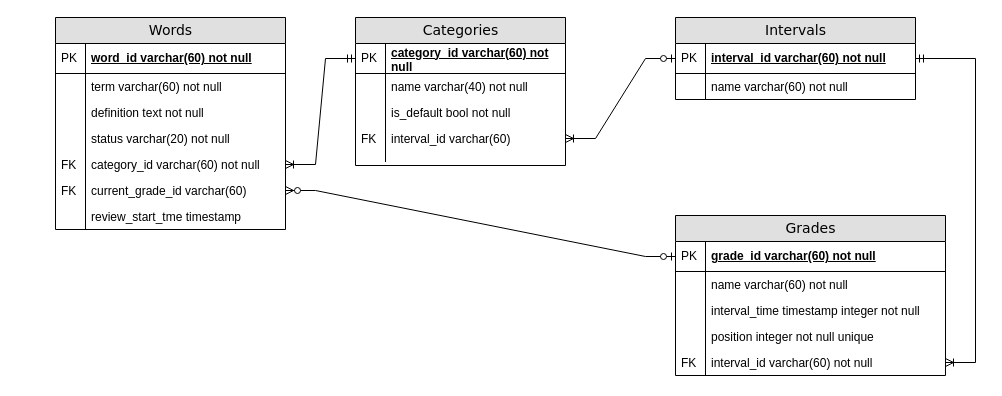
Earlier version of the draw.io diagram Діаграма.drawio (AndriyBarskyi/PE_Project_2022). Source tidied: cells renumbered, new cells numbered last; positions are measured from the earlier drawing's top-left corner, leaving out a move shared by most shapes. Both pictures are drawn from the tidied source at 100%, with x=0, y=0 at pixel (55, 17).
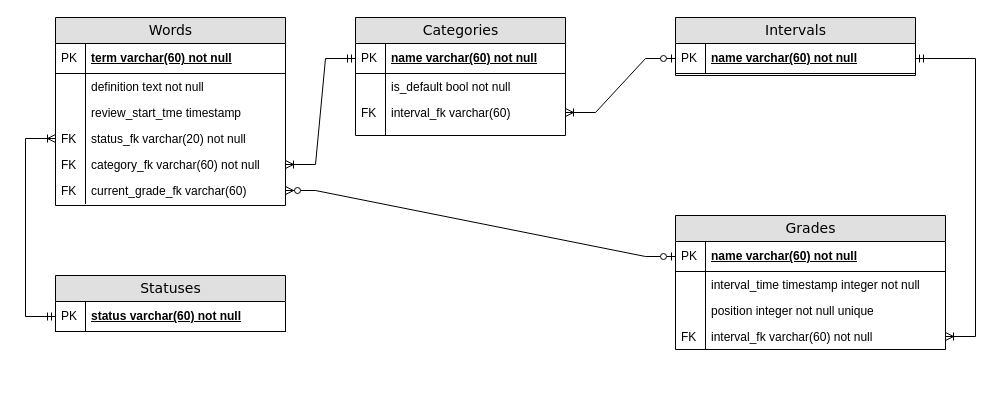
The same page after the edit.

What changed in the source:
```diff
@@
     <mxCell id="2" value="Words" style="swimlane;html=1;fontStyle=0;horizontal=1;startSize=26;fillColor=#e0e0e0;swimlaneFillColor=#ffffff;align=center;rounded=0;shadow=0;comic=0;labelBackgroundColor=none;strokeWidth=1;fontFamily=Verdana;fontSize=14;" parent="1" vertex="1">
-      <mxGeometry width="230" height="212" as="geometry" />
+      <mxGeometry width="230" height="188" as="geometry" />
     </mxCell>
-    <mxCell id="3" value="word_id varchar(60) not null" style="shape=partialRectangle;top=0;left=0;right=0;bottom=1;html=1;align=left;verticalAlign=middle;fillColor=none;spacingLeft=34;spacingRight=4;whiteSpace=wrap;overflow=hidden;fontStyle=5;" parent="2" vertex="1">
+    <mxCell id="3" value="term varchar(60) not null" style="shape=partialRectangle;top=0;left=0;right=0;bottom=1;html=1;align=left;verticalAlign=middle;fillColor=none;spacingLeft=34;spacingRight=4;whiteSpace=wrap;overflow=hidden;fontStyle=5;" parent="2" vertex="1">
       <mxGeometry y="26" width="230" height="30" as="geometry" />
     </mxCell>
@@
+    <mxCell id="7" value="definition text not null" style="shape=partialRectangle;top=0;left=0;right=0;bottom=0;html=1;align=left;verticalAlign=top;fillColor=none;spacingLeft=34;spacingRight=4;whiteSpace=wrap;overflow=hidden;" parent="2" vertex="1">
+      <mxGeometry y="56" width="230" height="26" as="geometry" />
+    </mxCell>
+    <mxCell id="8" style="shape=partialRectangle;top=0;left=0;bottom=0;html=1;fillColor=none;align=left;verticalAlign=top;spacingLeft=4;spacingRight=4;whiteSpace=wrap;overflow=hidden;" parent="7" vertex="1">
+      <mxGeometry width="30" height="26" as="geometry" />
+    </mxCell>
-    <mxCell id="5" value="term varchar(60) not null" style="shape=partialRectangle;top=0;left=0;right=0;bottom=0;html=1;align=left;verticalAlign=top;fillColor=none;spacingLeft=34;spacingRight=4;whiteSpace=wrap;overflow=hidden;" parent="2" vertex="1">
-      <mxGeometry y="56" width="230" height="26" as="geometry" />
+    <mxCell id="5" value="review_start_tme timestamp" style="shape=partialRectangle;top=0;left=0;right=0;bottom=0;html=1;align=left;verticalAlign=top;fillColor=none;spacingLeft=34;spacingRight=4;whiteSpace=wrap;overflow=hidden;" parent="2" vertex="1">
+      <mxGeometry y="82" width="230" height="26" as="geometry" />
     </mxCell>
@@
-    <mxCell id="7" value="definition text not null" style="shape=partialRectangle;top=0;left=0;right=0;bottom=0;html=1;align=left;verticalAlign=top;fillColor=none;spacingLeft=34;spacingRight=4;whiteSpace=wrap;overflow=hidden;" parent="2" vertex="1">
-      <mxGeometry y="82" width="230" height="26" as="geometry" />
-    </mxCell>
-    <mxCell id="8" style="shape=partialRectangle;top=0;left=0;bottom=0;html=1;fillColor=none;align=left;verticalAlign=top;spacingLeft=4;spacingRight=4;whiteSpace=wrap;overflow=hidden;" parent="7" vertex="1">
-      <mxGeometry width="30" height="26" as="geometry" />
-    </mxCell>
-    <mxCell id="9" value="status varchar(20) not null" style="shape=partialRectangle;top=0;left=0;right=0;bottom=0;html=1;align=left;verticalAlign=top;fillColor=none;spacingLeft=34;spacingRight=4;whiteSpace=wrap;overflow=hidden;points=[[0,0.5],[1,0.5]];portConstraint=eastwest;" parent="2" vertex="1">
+    <mxCell id="9" value="status_fk varchar(20) not null" style="shape=partialRectangle;top=0;left=0;right=0;bottom=0;html=1;align=left;verticalAlign=top;fillColor=none;spacingLeft=34;spacingRight=4;whiteSpace=wrap;overflow=hidden;points=[[0,0.5],[1,0.5]];portConstraint=eastwest;" parent="2" vertex="1">
       <mxGeometry y="108" width="230" height="26" as="geometry" />
     </mxCell>
-    <mxCell id="10" style="shape=partialRectangle;top=0;left=0;bottom=0;html=1;fillColor=none;align=left;verticalAlign=top;spacingLeft=4;spacingRight=4;whiteSpace=wrap;overflow=hidden;" parent="9" vertex="1">
+    <mxCell id="10" value="FK" style="shape=partialRectangle;top=0;left=0;bottom=0;html=1;fillColor=none;align=left;verticalAlign=top;spacingLeft=4;spacingRight=4;whiteSpace=wrap;overflow=hidden;" parent="9" vertex="1">
       <mxGeometry width="30" height="26" as="geometry" />
     </mxCell>
-    <mxCell id="11" value="category_id varchar(60) not null" style="shape=partialRectangle;top=0;left=0;right=0;bottom=0;html=1;align=left;verticalAlign=top;fillColor=none;spacingLeft=34;spacingRight=4;whiteSpace=wrap;overflow=hidden;points=[[0,0.5],[1,0.5]];portConstraint=eastwest;" parent="2" vertex="1">
+    <mxCell id="11" value="category_fk varchar(60) not null" style="shape=partialRectangle;top=0;left=0;right=0;bottom=0;html=1;align=left;verticalAlign=top;fillColor=none;spacingLeft=34;spacingRight=4;whiteSpace=wrap;overflow=hidden;points=[[0,0.5],[1,0.5]];portConstraint=eastwest;" parent="2" vertex="1">
       <mxGeometry y="134" width="230" height="26" as="geometry" />
     </mxCell>
@@
-    <mxCell id="13" value="current_grade_id varchar(60)" style="shape=partialRectangle;top=0;left=0;right=0;bottom=0;html=1;align=left;verticalAlign=top;fillColor=none;spacingLeft=34;spacingRight=4;whiteSpace=wrap;overflow=hidden;points=[[0,0.5],[1,0.5]];portConstraint=eastwest;" parent="2" vertex="1">
+    <mxCell id="13" value="current_grade_fk varchar(60)" style="shape=partialRectangle;top=0;left=0;right=0;bottom=0;html=1;align=left;verticalAlign=top;fillColor=none;spacingLeft=34;spacingRight=4;whiteSpace=wrap;overflow=hidden;points=[[0,0.5],[1,0.5]];portConstraint=eastwest;" parent="2" vertex="1">
       <mxGeometry y="160" width="230" height="26" as="geometry" />
     </mxCell>
@@
-    <mxCell id="15" value="review_start_tme timestamp" style="shape=partialRectangle;top=0;left=0;right=0;bottom=0;html=1;align=left;verticalAlign=top;fillColor=none;spacingLeft=34;spacingRight=4;whiteSpace=wrap;overflow=hidden;" parent="2" vertex="1">
-      <mxGeometry y="186" width="230" height="26" as="geometry" />
-    </mxCell>
-    <mxCell id="16" style="shape=partialRectangle;top=0;left=0;bottom=0;html=1;fillColor=none;align=left;verticalAlign=top;spacingLeft=4;spacingRight=4;whiteSpace=wrap;overflow=hidden;" parent="15" vertex="1">
-      <mxGeometry width="30" height="26" as="geometry" />
-    </mxCell>
     <mxCell id="17" value="Categories" style="swimlane;html=1;fontStyle=0;horizontal=1;startSize=26;fillColor=#e0e0e0;swimlaneFillColor=#ffffff;align=center;rounded=0;shadow=0;comic=0;labelBackgroundColor=none;strokeWidth=1;fontFamily=Verdana;fontSize=14;" parent="1" vertex="1">
-      <mxGeometry x="300" width="210" height="148" as="geometry" />
+      <mxGeometry x="300" width="210" height="118" as="geometry" />
     </mxCell>
-    <mxCell id="18" value="category_id varchar(60) not null" style="shape=partialRectangle;top=0;left=0;right=0;bottom=1;html=1;align=left;verticalAlign=middle;fillColor=none;spacingLeft=34;spacingRight=4;whiteSpace=wrap;overflow=hidden;points=[[0,0.5],[1,0.5]];portConstraint=eastwest;fontStyle=5;" parent="17" vertex="1">
+    <mxCell id="18" value="name varchar(60) not null" style="shape=partialRectangle;top=0;left=0;right=0;bottom=1;html=1;align=left;verticalAlign=middle;fillColor=none;spacingLeft=34;spacingRight=4;whiteSpace=wrap;overflow=hidden;points=[[0,0.5],[1,0.5]];portConstraint=eastwest;fontStyle=5;" parent="17" vertex="1">
       <mxGeometry y="26" width="210" height="30" as="geometry" />
     </mxCell>
@@
-    <mxCell id="20" value="name varchar(40) not null" style="shape=partialRectangle;top=0;left=0;right=0;bottom=0;html=1;align=left;verticalAlign=top;fillColor=none;spacingLeft=34;spacingRight=4;whiteSpace=wrap;overflow=hidden;" parent="17" vertex="1">
-      <mxGeometry y="56" width="210" height="26" as="geometry" />
-    </mxCell>
-    <mxCell id="21" style="shape=partialRectangle;top=0;left=0;bottom=0;html=1;fillColor=none;align=left;verticalAlign=top;spacingLeft=4;spacingRight=4;whiteSpace=wrap;overflow=hidden;" parent="20" vertex="1">
-      <mxGeometry width="30" height="26" as="geometry" />
-    </mxCell>
     <mxCell id="22" value="is_default bool not null" style="shape=partialRectangle;top=0;left=0;right=0;bottom=0;html=1;align=left;verticalAlign=top;fillColor=none;spacingLeft=34;spacingRight=4;whiteSpace=wrap;overflow=hidden;" parent="17" vertex="1">
-      <mxGeometry y="82" width="210" height="26" as="geometry" />
+      <mxGeometry y="56" width="210" height="26" as="geometry" />
     </mxCell>
@@
-    <mxCell id="24" value="&lt;div&gt;interval_id varchar(60)&lt;/div&gt;" style="shape=partialRectangle;top=0;left=0;right=0;bottom=0;html=1;align=left;verticalAlign=top;fillColor=none;spacingLeft=34;spacingRight=4;whiteSpace=wrap;overflow=hidden;points=[[0,0.5],[1,0.5]];portConstraint=eastwest;" parent="17" vertex="1">
-      <mxGeometry y="108" width="210" height="26" as="geometry" />
+    <mxCell id="24" value="&lt;div&gt;interval_fk varchar(60)&lt;/div&gt;" style="shape=partialRectangle;top=0;left=0;right=0;bottom=0;html=1;align=left;verticalAlign=top;fillColor=none;spacingLeft=34;spacingRight=4;whiteSpace=wrap;overflow=hidden;points=[[0,0.5],[1,0.5]];portConstraint=eastwest;" parent="17" vertex="1">
+      <mxGeometry y="82" width="210" height="26" as="geometry" />
     </mxCell>
@@
     <mxCell id="26" style="shape=partialRectangle;top=0;left=0;right=0;bottom=0;html=1;align=left;verticalAlign=top;fillColor=none;spacingLeft=34;spacingRight=4;whiteSpace=wrap;overflow=hidden;" parent="17" vertex="1">
-      <mxGeometry y="134" width="210" height="10" as="geometry" />
+      <mxGeometry y="108" width="210" height="10" as="geometry" />
     </mxCell>
@@
     <mxCell id="28" value="Intervals" style="swimlane;html=1;fontStyle=0;horizontal=1;startSize=26;fillColor=#e0e0e0;swimlaneFillColor=#ffffff;align=center;rounded=0;shadow=0;comic=0;labelBackgroundColor=none;strokeWidth=1;fontFamily=Verdana;fontSize=14;" parent="1" vertex="1">
-      <mxGeometry x="620" width="240" height="82" as="geometry" />
+      <mxGeometry x="620" width="240" height="58" as="geometry" />
     </mxCell>
-    <mxCell id="29" value="interval_id varchar(60) not null" style="shape=partialRectangle;top=0;left=0;right=0;bottom=1;html=1;align=left;verticalAlign=middle;fillColor=none;spacingLeft=34;spacingRight=4;whiteSpace=wrap;overflow=hidden;points=[[0,0.5],[1,0.5]];portConstraint=eastwest;fontStyle=5;" parent="28" vertex="1">
+    <mxCell id="29" value="name varchar(60) not null" style="shape=partialRectangle;top=0;left=0;right=0;bottom=1;html=1;align=left;verticalAlign=middle;fillColor=none;spacingLeft=34;spacingRight=4;whiteSpace=wrap;overflow=hidden;points=[[0,0.5],[1,0.5]];portConstraint=eastwest;fontStyle=5;" parent="28" vertex="1">
       <mxGeometry y="26" width="240" height="30" as="geometry" />
     </mxCell>
@@
-    <mxCell id="31" value="name varchar(60) not null" style="shape=partialRectangle;top=0;left=0;right=0;bottom=0;html=1;align=left;verticalAlign=top;fillColor=none;spacingLeft=34;spacingRight=4;whiteSpace=wrap;overflow=hidden;" parent="28" vertex="1">
-      <mxGeometry y="56" width="240" height="26" as="geometry" />
-    </mxCell>
-    <mxCell id="32" style="shape=partialRectangle;top=0;left=0;bottom=0;html=1;fillColor=none;align=left;verticalAlign=top;spacingLeft=4;spacingRight=4;whiteSpace=wrap;overflow=hidden;" parent="31" vertex="1">
-      <mxGeometry width="30" height="26" as="geometry" />
-    </mxCell>
     <mxCell id="33" value="Grades" style="swimlane;html=1;fontStyle=0;horizontal=1;startSize=26;fillColor=#e0e0e0;swimlaneFillColor=#ffffff;align=center;rounded=0;shadow=0;comic=0;labelBackgroundColor=none;strokeWidth=1;fontFamily=Verdana;fontSize=14;" parent="1" vertex="1">
-      <mxGeometry x="620" y="198" width="270" height="160" as="geometry" />
+      <mxGeometry x="620" y="198" width="270" height="134" as="geometry" />
     </mxCell>
-    <mxCell id="34" value="grade_id varchar(60) not null" style="shape=partialRectangle;top=0;left=0;right=0;bottom=1;html=1;align=left;verticalAlign=middle;fillColor=none;spacingLeft=34;spacingRight=4;whiteSpace=wrap;overflow=hidden;points=[[0,0.5],[1,0.5]];portConstraint=eastwest;fontStyle=5;" parent="33" vertex="1">
+    <mxCell id="34" value="name varchar(60) not null" style="shape=partialRectangle;top=0;left=0;right=0;bottom=1;html=1;align=left;verticalAlign=middle;fillColor=none;spacingLeft=34;spacingRight=4;whiteSpace=wrap;overflow=hidden;points=[[0,0.5],[1,0.5]];portConstraint=eastwest;fontStyle=5;" parent="33" vertex="1">
       <mxGeometry y="26" width="270" height="30" as="geometry" />
     </mxCell>
@@
-    <mxCell id="36" value="name varchar(60) not null" style="shape=partialRectangle;top=0;left=0;right=0;bottom=0;html=1;align=left;verticalAlign=top;fillColor=none;spacingLeft=34;spacingRight=4;whiteSpace=wrap;overflow=hidden;" parent="33" vertex="1">
-      <mxGeometry y="56" width="270" height="26" as="geometry" />
-    </mxCell>
-    <mxCell id="37" style="shape=partialRectangle;top=0;left=0;bottom=0;html=1;fillColor=none;align=left;verticalAlign=top;spacingLeft=4;spacingRight=4;whiteSpace=wrap;overflow=hidden;" parent="36" vertex="1">
-      <mxGeometry width="30" height="26" as="geometry" />
-    </mxCell>
     <mxCell id="38" value="interval_time timestamp integer not null" style="shape=partialRectangle;top=0;left=0;right=0;bottom=0;html=1;align=left;verticalAlign=top;fillColor=none;spacingLeft=34;spacingRight=4;whiteSpace=wrap;overflow=hidden;" parent="33" vertex="1">
-      <mxGeometry y="82" width="270" height="26" as="geometry" />
+      <mxGeometry y="56" width="270" height="26" as="geometry" />
     </mxCell>
@@
     <mxCell id="40" value="position integer not null unique" style="shape=partialRectangle;top=0;left=0;right=0;bottom=0;html=1;align=left;verticalAlign=top;fillColor=none;spacingLeft=34;spacingRight=4;whiteSpace=wrap;overflow=hidden;" parent="33" vertex="1">
-      <mxGeometry y="108" width="270" height="26" as="geometry" />
+      <mxGeometry y="82" width="270" height="26" as="geometry" />
     </mxCell>
@@
-    <mxCell id="42" value="interval_id varchar(60) not null" style="shape=partialRectangle;top=0;left=0;right=0;bottom=0;html=1;align=left;verticalAlign=top;fillColor=none;spacingLeft=34;spacingRight=4;whiteSpace=wrap;overflow=hidden;points=[[0,0.5],[1,0.5]];portConstraint=eastwest;" parent="33" vertex="1">
-      <mxGeometry y="134" width="270" height="26" as="geometry" />
+    <mxCell id="42" value="interval_fk varchar(60) not null" style="shape=partialRectangle;top=0;left=0;right=0;bottom=0;html=1;align=left;verticalAlign=top;fillColor=none;spacingLeft=34;spacingRight=4;whiteSpace=wrap;overflow=hidden;points=[[0,0.5],[1,0.5]];portConstraint=eastwest;" parent="33" vertex="1">
+      <mxGeometry y="108" width="270" height="26" as="geometry" />
     </mxCell>
@@
+    <mxCell id="48" value="Statuses" style="swimlane;html=1;fontStyle=0;horizontal=1;startSize=26;fillColor=#e0e0e0;swimlaneFillColor=#ffffff;align=center;rounded=0;shadow=0;comic=0;labelBackgroundColor=none;strokeWidth=1;fontFamily=Verdana;fontSize=14;" parent="1" vertex="1">
+      <mxGeometry y="258" width="230" height="56" as="geometry" />
+    </mxCell>
+    <mxCell id="49" value="status varchar(60) not null" style="shape=partialRectangle;top=0;left=0;right=0;bottom=1;html=1;align=left;verticalAlign=middle;fillColor=none;spacingLeft=34;spacingRight=4;whiteSpace=wrap;overflow=hidden;points=[[0,0.5],[1,0.5]];portConstraint=eastwest;fontStyle=5;" parent="48" vertex="1">
+      <mxGeometry y="26" width="230" height="30" as="geometry" />
+    </mxCell>
+    <mxCell id="50" value="PK" style="shape=partialRectangle;top=0;left=0;bottom=0;html=1;fillColor=none;align=left;verticalAlign=middle;spacingLeft=4;spacingRight=4;whiteSpace=wrap;overflow=hidden;" parent="49" vertex="1">
+      <mxGeometry width="30" height="30" as="geometry" />
+    </mxCell>
+    <mxCell id="51" style="edgeStyle=orthogonalEdgeStyle;fontSize=12;html=1;endArrow=ERoneToMany;startArrow=ERmandOne;rounded=0;exitX=0;exitY=0.5;exitDx=0;exitDy=0;entryX=0;entryY=0.5;entryDx=0;entryDy=0;" parent="1" edge="1" source="49" target="9">
+      <mxGeometry relative="1" as="geometry">
+        <Array as="points">
+          <mxPoint x="-30" y="299" />
+          <mxPoint x="-30" y="121" />
+        </Array>
+      </mxGeometry>
+    </mxCell>
```
